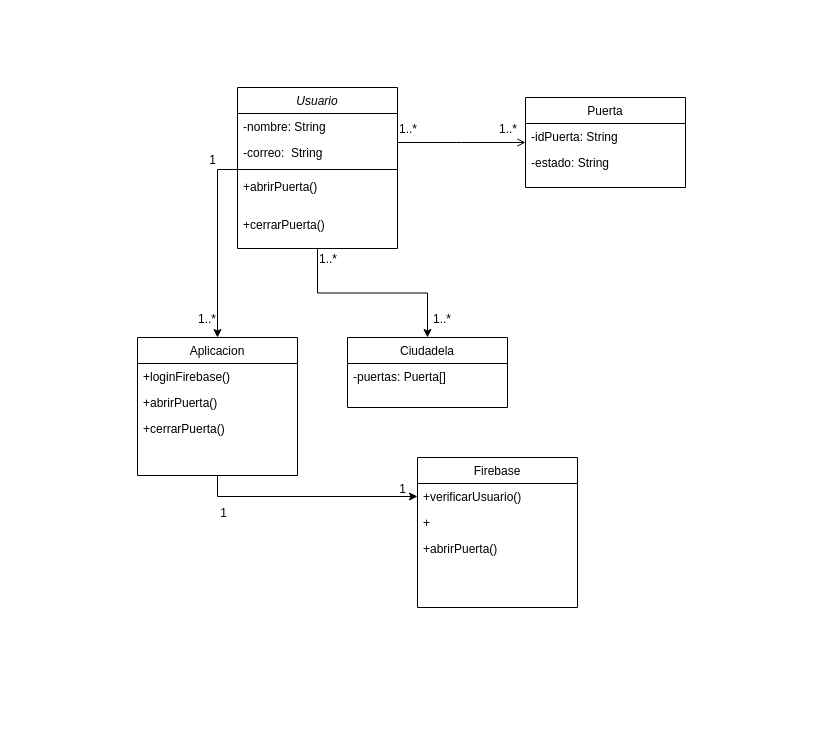
This is Diagrama de clases.drawio from KireSql/ProyectoAMST2023, a draw.io file, before an edit. Source tidied: cells renumbered, new cells numbered last; positions are measured from the earlier drawing's top-left corner, leaving out a move shared by most shapes. Both pictures are drawn from the tidied source at 100%, with x=0, y=0 at pixel (137, 87).
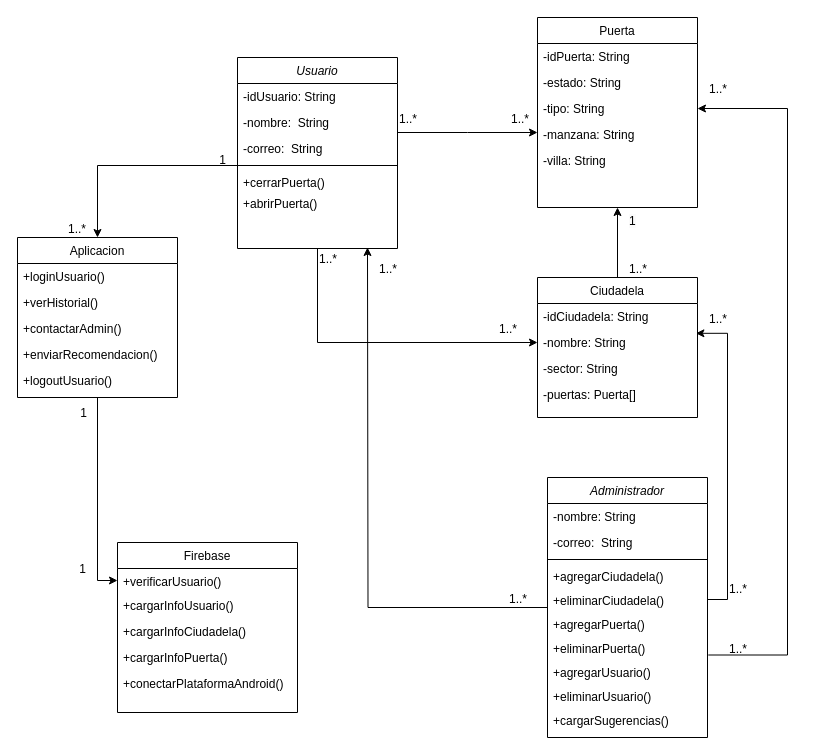
The same page after the edit.

The edit, as a diff of the source:
```diff
@@
-    <mxCell id="2" style="edgeStyle=orthogonalEdgeStyle;rounded=0;jettySize=auto;html=1;entryX=0.5;entryY=0;entryDx=0;entryDy=0;" parent="1" edge="1" source="3" target="14">
-      <mxGeometry relative="1" as="geometry" />
-    </mxCell>
+    <mxCell id="33" style="edgeStyle=orthogonalEdgeStyle;rounded=0;jettySize=auto;html=1;" parent="1" edge="1" source="3" target="38">
+      <mxGeometry relative="1" as="geometry" />
+    </mxCell>
     <mxCell id="3" value="Usuario" style="swimlane;fontStyle=2;align=center;verticalAlign=top;horizontal=1;startSize=26;rounded=0;shadow=0;strokeWidth=1;" parent="1" vertex="1">
-      <mxGeometry x="100" width="160" height="161" as="geometry" />
+      <mxGeometry x="100" y="-30" width="160" height="191" as="geometry" />
     </mxCell>
-    <mxCell id="4" value="-nombre: String" style="text;align=left;verticalAlign=top;spacingLeft=4;spacingRight=4;overflow=hidden;" parent="3" vertex="1">
+    <mxCell id="4" value="-idUsuario: String" style="text;align=left;verticalAlign=top;spacingLeft=4;spacingRight=4;overflow=hidden;" parent="3" vertex="1">
       <mxGeometry y="26" width="160" height="26" as="geometry" />
     </mxCell>
-    <mxCell id="5" value="-correo:  String" style="text;align=left;verticalAlign=top;spacingLeft=4;spacingRight=4;overflow=hidden;rounded=0;shadow=0;html=0;" parent="3" vertex="1">
+    <mxCell id="5" value="-nombre:  String" style="text;align=left;verticalAlign=top;spacingLeft=4;spacingRight=4;overflow=hidden;rounded=0;shadow=0;html=0;" parent="3" vertex="1">
       <mxGeometry y="52" width="160" height="26" as="geometry" />
     </mxCell>
+    <mxCell id="34" value="-correo:  String" style="text;align=left;verticalAlign=top;spacingLeft=4;spacingRight=4;overflow=hidden;rounded=0;shadow=0;html=0;" parent="3" vertex="1">
+      <mxGeometry y="78" width="160" height="26" as="geometry" />
+    </mxCell>
     <mxCell id="6" style="line;html=1;strokeWidth=1;align=left;verticalAlign=middle;spacingTop=-1;spacingLeft=3;spacingRight=3;labelPosition=right;points=[];portConstraint=eastwest;" parent="3" vertex="1">
-      <mxGeometry y="78" width="160" height="8" as="geometry" />
+      <mxGeometry y="104" width="160" height="8" as="geometry" />
     </mxCell>
+    <mxCell id="8" value="+cerrarPuerta()" style="text;align=left;verticalAlign=top;spacingLeft=4;spacingRight=4;overflow=hidden;strokeWidth=2;" parent="3" vertex="1">
+      <mxGeometry y="112" width="160" height="21" as="geometry" />
+    </mxCell>
     <mxCell id="7" value="+abrirPuerta()&#10;" style="text;align=left;verticalAlign=top;spacingLeft=4;spacingRight=4;overflow=hidden;strokeWidth=2;" parent="3" vertex="1">
-      <mxGeometry y="86" width="160" height="24" as="geometry" />
+      <mxGeometry y="133" width="160" height="24" as="geometry" />
     </mxCell>
-    <mxCell id="8" value="&#10;+cerrarPuerta()" style="text;align=left;verticalAlign=top;spacingLeft=4;spacingRight=4;overflow=hidden;strokeWidth=2;" parent="3" vertex="1">
-      <mxGeometry y="110" width="160" height="51" as="geometry" />
-    </mxCell>
@@
     <mxCell id="10" value="Aplicacion" style="swimlane;fontStyle=0;align=center;verticalAlign=top;horizontal=1;startSize=26;rounded=0;shadow=0;strokeWidth=1;" parent="1" vertex="1">
-      <mxGeometry y="250" width="160" height="138" as="geometry" />
+      <mxGeometry x="-120" y="150" width="160" height="160" as="geometry" />
     </mxCell>
-    <mxCell id="11" value="+loginFirebase()" style="text;align=left;verticalAlign=top;spacingLeft=4;spacingRight=4;overflow=hidden;" parent="10" vertex="1">
+    <mxCell id="11" value="+loginUsuario()" style="text;align=left;verticalAlign=top;spacingLeft=4;spacingRight=4;overflow=hidden;" parent="10" vertex="1">
       <mxGeometry y="26" width="160" height="26" as="geometry" />
     </mxCell>
-    <mxCell id="12" value="+abrirPuerta()" style="text;align=left;verticalAlign=top;spacingLeft=4;spacingRight=4;overflow=hidden;" parent="10" vertex="1">
+    <mxCell id="12" value="+verHistorial()" style="text;align=left;verticalAlign=top;spacingLeft=4;spacingRight=4;overflow=hidden;" parent="10" vertex="1">
       <mxGeometry y="52" width="160" height="26" as="geometry" />
     </mxCell>
-    <mxCell id="13" value="+cerrarPuerta()" style="text;align=left;verticalAlign=top;spacingLeft=4;spacingRight=4;overflow=hidden;" parent="10" vertex="1">
+    <mxCell id="13" value="+contactarAdmin()" style="text;align=left;verticalAlign=top;spacingLeft=4;spacingRight=4;overflow=hidden;" parent="10" vertex="1">
       <mxGeometry y="78" width="160" height="26" as="geometry" />
     </mxCell>
+    <mxCell id="35" value="+enviarRecomendacion()" style="text;align=left;verticalAlign=top;spacingLeft=4;spacingRight=4;overflow=hidden;" parent="10" vertex="1">
+      <mxGeometry y="104" width="160" height="26" as="geometry" />
+    </mxCell>
+    <mxCell id="36" value="+logoutUsuario()" style="text;align=left;verticalAlign=top;spacingLeft=4;spacingRight=4;overflow=hidden;" parent="10" vertex="1">
+      <mxGeometry y="130" width="160" height="26" as="geometry" />
+    </mxCell>
+    <mxCell id="37" style="edgeStyle=orthogonalEdgeStyle;rounded=0;jettySize=auto;html=1;entryX=0.5;entryY=1;entryDx=0;entryDy=0;" parent="1" edge="1" source="14" target="16">
+      <mxGeometry relative="1" as="geometry" />
+    </mxCell>
     <mxCell id="14" value="Ciudadela" style="swimlane;fontStyle=0;align=center;verticalAlign=top;horizontal=1;startSize=26;rounded=0;shadow=0;strokeWidth=1;" parent="1" vertex="1">
-      <mxGeometry x="210" y="250" width="160" height="70" as="geometry" />
+      <mxGeometry x="400" y="190" width="160" height="140" as="geometry" />
     </mxCell>
-    <mxCell id="15" value="-puertas: Puerta[]" style="text;align=left;verticalAlign=top;spacingLeft=4;spacingRight=4;overflow=hidden;" parent="14" vertex="1">
+    <mxCell id="15" value="-idCiudadela: String" style="text;align=left;verticalAlign=top;spacingLeft=4;spacingRight=4;overflow=hidden;" parent="14" vertex="1">
       <mxGeometry y="26" width="160" height="26" as="geometry" />
     </mxCell>
+    <mxCell id="38" value="-nombre: String" style="text;align=left;verticalAlign=top;spacingLeft=4;spacingRight=4;overflow=hidden;points=[[0,0.5],[1,0.5]];portConstraint=eastwest;" parent="14" vertex="1">
+      <mxGeometry y="52" width="160" height="26" as="geometry" />
+    </mxCell>
+    <mxCell id="39" value="-sector: String" style="text;align=left;verticalAlign=top;spacingLeft=4;spacingRight=4;overflow=hidden;" parent="14" vertex="1">
+      <mxGeometry y="78" width="160" height="26" as="geometry" />
+    </mxCell>
+    <mxCell id="40" value="-puertas: Puerta[]" style="text;align=left;verticalAlign=top;spacingLeft=4;spacingRight=4;overflow=hidden;" parent="14" vertex="1">
+      <mxGeometry y="104" width="160" height="26" as="geometry" />
+    </mxCell>
     <mxCell id="16" value="Puerta" style="swimlane;fontStyle=0;align=center;verticalAlign=top;horizontal=1;startSize=26;rounded=0;shadow=0;strokeWidth=1;" parent="1" vertex="1">
-      <mxGeometry x="388" y="10" width="160" height="90" as="geometry" />
+      <mxGeometry x="400" y="-70" width="160" height="190" as="geometry" />
     </mxCell>
@@
+    <mxCell id="41" value="-tipo: String" style="text;align=left;verticalAlign=top;spacingLeft=4;spacingRight=4;overflow=hidden;points=[[0,0.5],[1,0.5]];portConstraint=eastwest;rounded=0;shadow=0;html=0;" parent="16" vertex="1">
+      <mxGeometry y="78" width="160" height="26" as="geometry" />
+    </mxCell>
+    <mxCell id="42" value="-manzana: String" style="text;align=left;verticalAlign=top;spacingLeft=4;spacingRight=4;overflow=hidden;rounded=0;shadow=0;html=0;" parent="16" vertex="1">
+      <mxGeometry y="104" width="160" height="26" as="geometry" />
+    </mxCell>
+    <mxCell id="43" value="-villa: String" style="text;align=left;verticalAlign=top;spacingLeft=4;spacingRight=4;overflow=hidden;rounded=0;shadow=0;html=0;" parent="16" vertex="1">
+      <mxGeometry y="130" width="160" height="26" as="geometry" />
+    </mxCell>
-    <mxCell id="19" style="endArrow=open;shadow=0;strokeWidth=1;rounded=0;endFill=1;edgeStyle=elbowEdgeStyle;elbow=vertical;" parent="1" edge="1" source="3" target="16">
+    <mxCell id="19" style="endArrow=classic;shadow=0;strokeWidth=1;rounded=0;endFill=1;edgeStyle=elbowEdgeStyle;elbow=vertical;" parent="1" edge="1" source="3" target="16">
       <mxGeometry x="0.5" y="41" relative="1" as="geometry">
         <mxPoint x="-40" y="32" as="offset" />
       </mxGeometry>
     </mxCell>
@@
     <mxCell id="22" value="Firebase" style="swimlane;fontStyle=0;align=center;verticalAlign=top;horizontal=1;startSize=26;rounded=0;shadow=0;strokeWidth=1;" parent="1" vertex="1">
-      <mxGeometry x="280" y="370" width="160" height="150" as="geometry" />
+      <mxGeometry x="-20" y="455" width="180" height="170" as="geometry" />
     </mxCell>
     <mxCell id="23" value="+verificarUsuario()" style="text;align=left;verticalAlign=top;spacingLeft=4;spacingRight=4;overflow=hidden;points=[[0,0.5],[1,0.5]];portConstraint=eastwest;" parent="22" vertex="1">
-      <mxGeometry y="26" width="160" height="26" as="geometry" />
+      <mxGeometry y="26" width="180" height="24" as="geometry" />
     </mxCell>
-    <mxCell id="24" value="+" style="text;align=left;verticalAlign=top;spacingLeft=4;spacingRight=4;overflow=hidden;" parent="22" vertex="1">
-      <mxGeometry y="52" width="160" height="26" as="geometry" />
+    <mxCell id="24" value="+cargarInfoUsuario()" style="text;align=left;verticalAlign=top;spacingLeft=4;spacingRight=4;overflow=hidden;" parent="22" vertex="1">
+      <mxGeometry y="50" width="180" height="26" as="geometry" />
     </mxCell>
-    <mxCell id="25" value="+abrirPuerta()" style="text;align=left;verticalAlign=top;spacingLeft=4;spacingRight=4;overflow=hidden;" parent="22" vertex="1">
-      <mxGeometry y="78" width="160" height="26" as="geometry" />
+    <mxCell id="25" value="+cargarInfoCiudadela()" style="text;align=left;verticalAlign=top;spacingLeft=4;spacingRight=4;overflow=hidden;" parent="22" vertex="1">
+      <mxGeometry y="76" width="180" height="26" as="geometry" />
     </mxCell>
+    <mxCell id="44" value="+cargarInfoPuerta()" style="text;align=left;verticalAlign=top;spacingLeft=4;spacingRight=4;overflow=hidden;" parent="22" vertex="1">
+      <mxGeometry y="102" width="180" height="26" as="geometry" />
+    </mxCell>
+    <mxCell id="45" value="+conectarPlataformaAndroid()" style="text;align=left;verticalAlign=top;spacingLeft=4;spacingRight=4;overflow=hidden;" parent="22" vertex="1">
+      <mxGeometry y="128" width="180" height="26" as="geometry" />
+    </mxCell>
@@
     <mxCell id="27" value="1..*" style="align=right;verticalAlign=bottom;labelBackgroundColor=none;fontSize=12;" parent="1" vertex="1">
-      <mxGeometry x="80" y="240" as="geometry" />
+      <mxGeometry x="-50" y="150" as="geometry" />
     </mxCell>
     <mxCell id="28" value="1" style="align=right;verticalAlign=bottom;labelBackgroundColor=none;fontSize=12;" parent="1" vertex="1">
-      <mxGeometry x="80" y="80.5" as="geometry" />
+      <mxGeometry x="90" y="80.5" as="geometry" />
     </mxCell>
@@
     <mxCell id="30" value="1..*" style="align=left;verticalAlign=bottom;labelBackgroundColor=none;fontSize=12;" parent="1" vertex="1">
-      <mxGeometry x="294" y="240" as="geometry" />
+      <mxGeometry x="360" y="250" as="geometry" />
     </mxCell>
     <mxCell id="31" value="1" style="align=right;verticalAlign=bottom;labelBackgroundColor=none;fontSize=12;" parent="1" vertex="1">
-      <mxGeometry x="90" y="100" as="geometry">
+      <mxGeometry x="-50" as="geometry">
         <mxPoint x="1" y="334" as="offset" />
       </mxGeometry>
     </mxCell>
     <mxCell id="32" value="1" style="align=right;verticalAlign=bottom;labelBackgroundColor=none;fontSize=12;" parent="1" vertex="1">
-      <mxGeometry x="270" y="410" as="geometry" />
+      <mxGeometry x="-50" y="490" as="geometry" />
     </mxCell>
+    <mxCell id="46" style="edgeStyle=orthogonalEdgeStyle;rounded=0;jettySize=auto;html=1;" parent="1" edge="1" source="49">
+      <mxGeometry relative="1" as="geometry">
+        <mxPoint x="230" y="160" as="targetPoint" />
+      </mxGeometry>
+    </mxCell>
+    <mxCell id="47" style="edgeStyle=orthogonalEdgeStyle;rounded=0;jettySize=auto;html=1;entryX=0.99;entryY=0.147;entryDx=0;entryDy=0;entryPerimeter=0;exitX=1;exitY=0.5;exitDx=0;exitDy=0;" parent="1" edge="1" source="54" target="38">
+      <mxGeometry relative="1" as="geometry" />
+    </mxCell>
+    <mxCell id="48" style="edgeStyle=orthogonalEdgeStyle;rounded=0;jettySize=auto;html=1;exitX=1.005;exitY=0.813;exitDx=0;exitDy=0;exitPerimeter=0;" parent="1" edge="1" source="56" target="41">
+      <mxGeometry relative="1" as="geometry">
+        <Array as="points">
+          <mxPoint x="650" y="568" />
+          <mxPoint x="650" y="21" />
+        </Array>
+      </mxGeometry>
+    </mxCell>
+    <mxCell id="49" value="Administrador" style="swimlane;fontStyle=2;align=center;verticalAlign=top;horizontal=1;startSize=26;rounded=0;shadow=0;strokeWidth=1;" parent="1" vertex="1">
+      <mxGeometry x="410" y="390" width="160" height="260" as="geometry" />
+    </mxCell>
+    <mxCell id="50" value="-nombre: String" style="text;align=left;verticalAlign=top;spacingLeft=4;spacingRight=4;overflow=hidden;" parent="49" vertex="1">
+      <mxGeometry y="26" width="160" height="26" as="geometry" />
+    </mxCell>
+    <mxCell id="51" value="-correo:  String" style="text;align=left;verticalAlign=top;spacingLeft=4;spacingRight=4;overflow=hidden;rounded=0;shadow=0;html=0;" parent="49" vertex="1">
+      <mxGeometry y="52" width="160" height="26" as="geometry" />
+    </mxCell>
+    <mxCell id="52" style="line;html=1;strokeWidth=1;align=left;verticalAlign=middle;spacingTop=-1;spacingLeft=3;spacingRight=3;labelPosition=right;" parent="49" vertex="1">
+      <mxGeometry y="78" width="160" height="8" as="geometry" />
+    </mxCell>
+    <mxCell id="53" value="+agregarCiudadela()" style="text;align=left;verticalAlign=top;spacingLeft=4;spacingRight=4;overflow=hidden;" parent="49" vertex="1">
+      <mxGeometry y="86" width="160" height="24" as="geometry" />
+    </mxCell>
+    <mxCell id="54" value="+eliminarCiudadela()" style="text;align=left;verticalAlign=top;spacingLeft=4;spacingRight=4;overflow=hidden;points=[[0,0.5],[1,0.5]];portConstraint=eastwest;" parent="49" vertex="1">
+      <mxGeometry y="110" width="160" height="24" as="geometry" />
+    </mxCell>
+    <mxCell id="55" value="+agregarPuerta()" style="text;align=left;verticalAlign=top;spacingLeft=4;spacingRight=4;overflow=hidden;" parent="49" vertex="1">
+      <mxGeometry y="134" width="160" height="24" as="geometry" />
+    </mxCell>
+    <mxCell id="56" value="+eliminarPuerta()" style="text;align=left;verticalAlign=top;spacingLeft=4;spacingRight=4;overflow=hidden;points=[[0,0.5],[1,0.5]];portConstraint=eastwest;" parent="49" vertex="1">
+      <mxGeometry y="158" width="160" height="24" as="geometry" />
+    </mxCell>
+    <mxCell id="57" value="+agregarUsuario()" style="text;align=left;verticalAlign=top;spacingLeft=4;spacingRight=4;overflow=hidden;" parent="49" vertex="1">
+      <mxGeometry y="182" width="160" height="24" as="geometry" />
+    </mxCell>
+    <mxCell id="58" value="+eliminarUsuario()" style="text;align=left;verticalAlign=top;spacingLeft=4;spacingRight=4;overflow=hidden;" parent="49" vertex="1">
+      <mxGeometry y="206" width="160" height="24" as="geometry" />
+    </mxCell>
+    <mxCell id="59" value="+cargarSugerencias()" style="text;align=left;verticalAlign=top;spacingLeft=4;spacingRight=4;overflow=hidden;" parent="49" vertex="1">
+      <mxGeometry y="230" width="160" height="24" as="geometry" />
+    </mxCell>
+    <mxCell id="60" value="1..*" style="align=left;verticalAlign=bottom;labelBackgroundColor=none;fontSize=12;" parent="1" vertex="1">
+      <mxGeometry x="490" y="190" as="geometry" />
+    </mxCell>
+    <mxCell id="61" value="&lt;span style=&quot;color: rgb(0, 0, 0); font-family: Helvetica; font-size: 12px; font-style: normal; font-variant-ligatures: normal; font-variant-caps: normal; font-weight: 400; letter-spacing: normal; orphans: 2; text-align: right; text-indent: 0px; text-transform: none; widows: 2; word-spacing: 0px; -webkit-text-stroke-width: 0px; background-color: rgb(251, 251, 251); text-decoration-thickness: initial; text-decoration-style: initial; text-decoration-color: initial; float: none; display: inline !important;&quot;&gt;1&lt;/span&gt;" style="text;whiteSpace=wrap;html=1;" parent="1" vertex="1">
+      <mxGeometry x="490" y="120" width="40" height="40" as="geometry" />
+    </mxCell>
+    <mxCell id="62" value="1..*" style="align=left;verticalAlign=bottom;labelBackgroundColor=none;fontSize=12;" parent="1" vertex="1">
+      <mxGeometry x="590" y="510" as="geometry" />
+    </mxCell>
+    <mxCell id="63" value="1..*" style="align=left;verticalAlign=bottom;labelBackgroundColor=none;fontSize=12;" parent="1" vertex="1">
+      <mxGeometry x="590" y="570" as="geometry" />
+    </mxCell>
+    <mxCell id="64" value="1..*" style="align=left;verticalAlign=bottom;labelBackgroundColor=none;fontSize=12;" parent="1" vertex="1">
+      <mxGeometry x="570" y="240" as="geometry" />
+    </mxCell>
+    <mxCell id="65" value="1..*" style="align=left;verticalAlign=bottom;labelBackgroundColor=none;fontSize=12;" parent="1" vertex="1">
+      <mxGeometry x="570" y="10" as="geometry" />
+    </mxCell>
+    <mxCell id="66" value="1..*" style="align=left;verticalAlign=bottom;labelBackgroundColor=none;fontSize=12;" parent="1" vertex="1">
+      <mxGeometry x="370" y="520" as="geometry" />
+    </mxCell>
+    <mxCell id="67" value="1..*" style="align=left;verticalAlign=bottom;labelBackgroundColor=none;fontSize=12;" parent="1" vertex="1">
+      <mxGeometry x="240" y="190" as="geometry" />
+    </mxCell>
```
